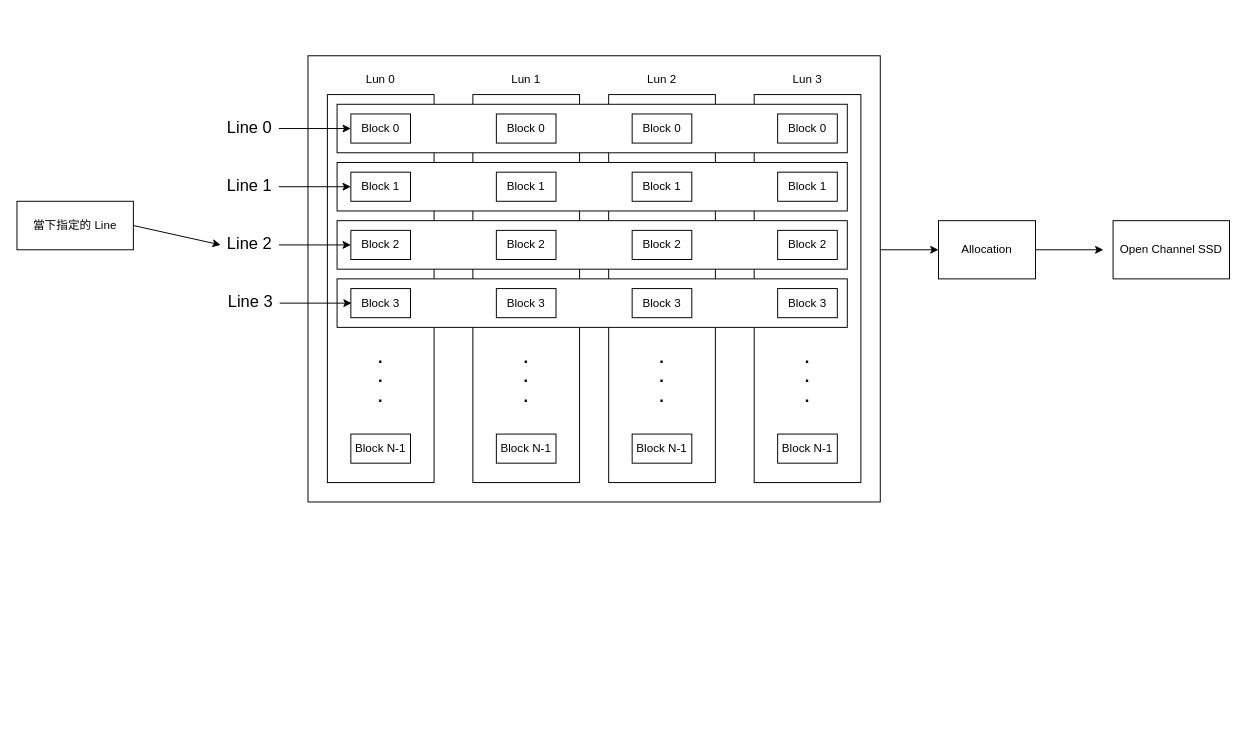
The draw.io diagram Thesis_Vynax/Vynax_Thesis_2022/picture/ch3/switch_line_to_opssd.drawio in Vynax/Thesis, before the edit. Source tidied: cells renumbered, new cells numbered last; positions are measured from the earlier drawing's top-left corner, leaving out a move shared by most shapes. Both pictures are drawn from the tidied source at 97%, with x=0, y=0 at pixel (16, 55).
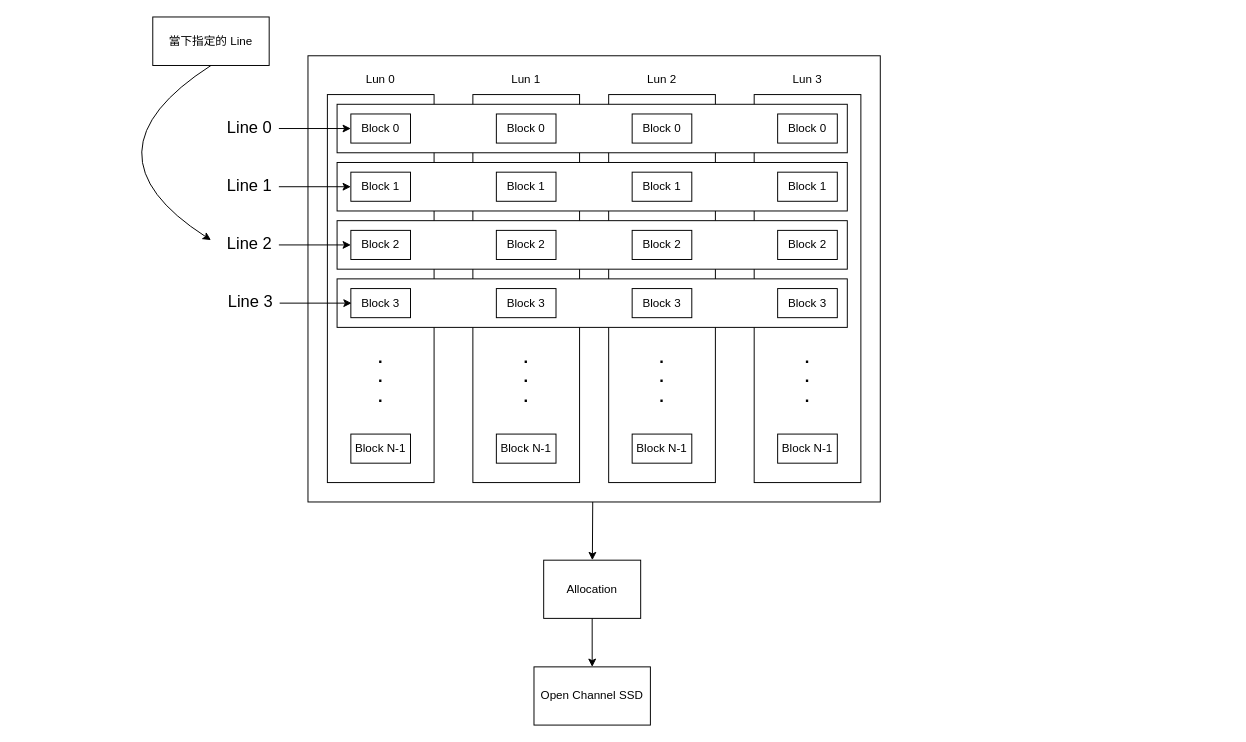
The same diagram, later.

Unchanged cells that the change refers to:
```xml
<mxCell id="2" style="rounded=0;whiteSpace=wrap;html=1;" parent="1" vertex="1">
  <mxGeometry x="300" width="590" height="460" as="geometry" />
</mxCell>
<mxCell id="39" value="Line 2" style="text;html=1;strokeColor=none;fillColor=none;align=center;verticalAlign=middle;whiteSpace=wrap;rounded=0;fontSize=17;" parent="1" vertex="1">
  <mxGeometry x="210" y="180" width="60" height="30" as="geometry" />
</mxCell>
```

What changed in the source:
```diff
@@
     <mxCell id="43" value="當下指定的 Line" style="rounded=0;whiteSpace=wrap;html=1;" parent="1" vertex="1">
-      <mxGeometry y="150" width="120" height="50" as="geometry" />
+      <mxGeometry x="140" y="-40" width="120" height="50" as="geometry" />
     </mxCell>
-    <mxCell id="44" style="endArrow=classic;html=1;rounded=0;exitX=1;exitY=0.5;exitDx=0;exitDy=0;entryX=0;entryY=0.5;entryDx=0;entryDy=0;" parent="1" edge="1" source="43" target="39">
-      <mxGeometry relative="1" as="geometry" />
-    </mxCell>
-    <mxCell id="45" style="endArrow=classic;html=1;rounded=0;entryX=0;entryY=0.5;entryDx=0;entryDy=0;" parent="1" edge="1" target="46">
-      <mxGeometry relative="1" as="geometry">
-        <mxPoint x="890" y="200" as="sourcePoint" />
-      </mxGeometry>
+    <mxCell id="45" style="endArrow=classic;html=1;rounded=0;" parent="1" edge="1" source="2" target="46">
+      <mxGeometry relative="1" as="geometry" />
     </mxCell>
     <mxCell id="46" value="Allocation" style="rounded=0;whiteSpace=wrap;html=1;" parent="1" vertex="1">
-      <mxGeometry x="950" y="170" width="100" height="60" as="geometry" />
+      <mxGeometry x="543" y="520" width="100" height="60" as="geometry" />
     </mxCell>
-    <mxCell id="47" style="endArrow=classic;html=1;rounded=0;exitX=1;exitY=0.5;exitDx=0;exitDy=0;" parent="1" edge="1" source="46">
-      <mxGeometry relative="1" as="geometry">
-        <mxPoint x="1120" y="200" as="targetPoint" />
-      </mxGeometry>
+    <mxCell id="47" style="endArrow=classic;html=1;rounded=0;" parent="1" edge="1" source="46" target="48">
+      <mxGeometry relative="1" as="geometry" />
     </mxCell>
     <mxCell id="48" value="Open Channel SSD" style="rounded=0;whiteSpace=wrap;html=1;" parent="1" vertex="1">
-      <mxGeometry x="1130" y="170" width="120" height="60" as="geometry" />
+      <mxGeometry x="533" y="630" width="120" height="60" as="geometry" />
     </mxCell>
+    <mxCell id="49" style="curved=1;endArrow=classic;html=1;rounded=0;exitX=0.5;exitY=1;exitDx=0;exitDy=0;" parent="1" edge="1" source="43">
+      <mxGeometry relative="1" as="geometry">
+        <mxPoint x="200" y="190" as="targetPoint" />
+        <Array as="points">
+          <mxPoint x="60" y="100" />
+        </Array>
+      </mxGeometry>
+    </mxCell>
```
